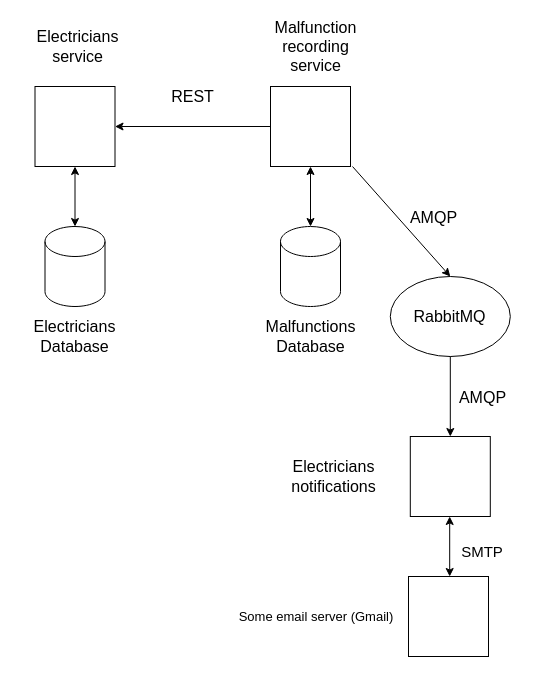
SergeyPodgorny/Workshop-lathes-malfunctions-record-system keeps this draw.io diagram as Business_Logic_Archinecture.drawio. Above is the earlier version. Source tidied: cells renumbered, new cells numbered last; positions are measured from the earlier drawing's top-left corner, leaving out a move shared by most shapes. Both pictures are drawn from the tidied source at 100%, with x=0, y=0 at pixel (17, 36).
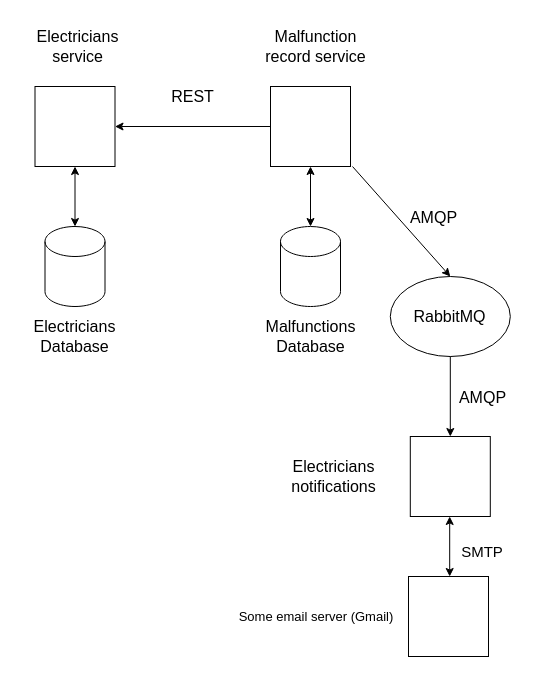
Above is the later version.

The edit, as a diff of the source:
```diff
@@
-    <mxCell id="5" value="&lt;font style=&quot;font-size: 16px;&quot;&gt;Malfunction recording service&lt;br&gt;&lt;/font&gt;" style="text;html=1;strokeColor=none;fillColor=none;align=center;verticalAlign=middle;whiteSpace=wrap;rounded=0;" parent="1" vertex="1">
+    <mxCell id="5" value="&lt;font style=&quot;font-size: 16px;&quot;&gt;Malfunction record service&lt;br&gt;&lt;/font&gt;" style="text;html=1;strokeColor=none;fillColor=none;align=center;verticalAlign=middle;whiteSpace=wrap;rounded=0;" parent="1" vertex="1">
       <mxGeometry x="241" width="115" height="20" as="geometry" />
     </mxCell>
```
